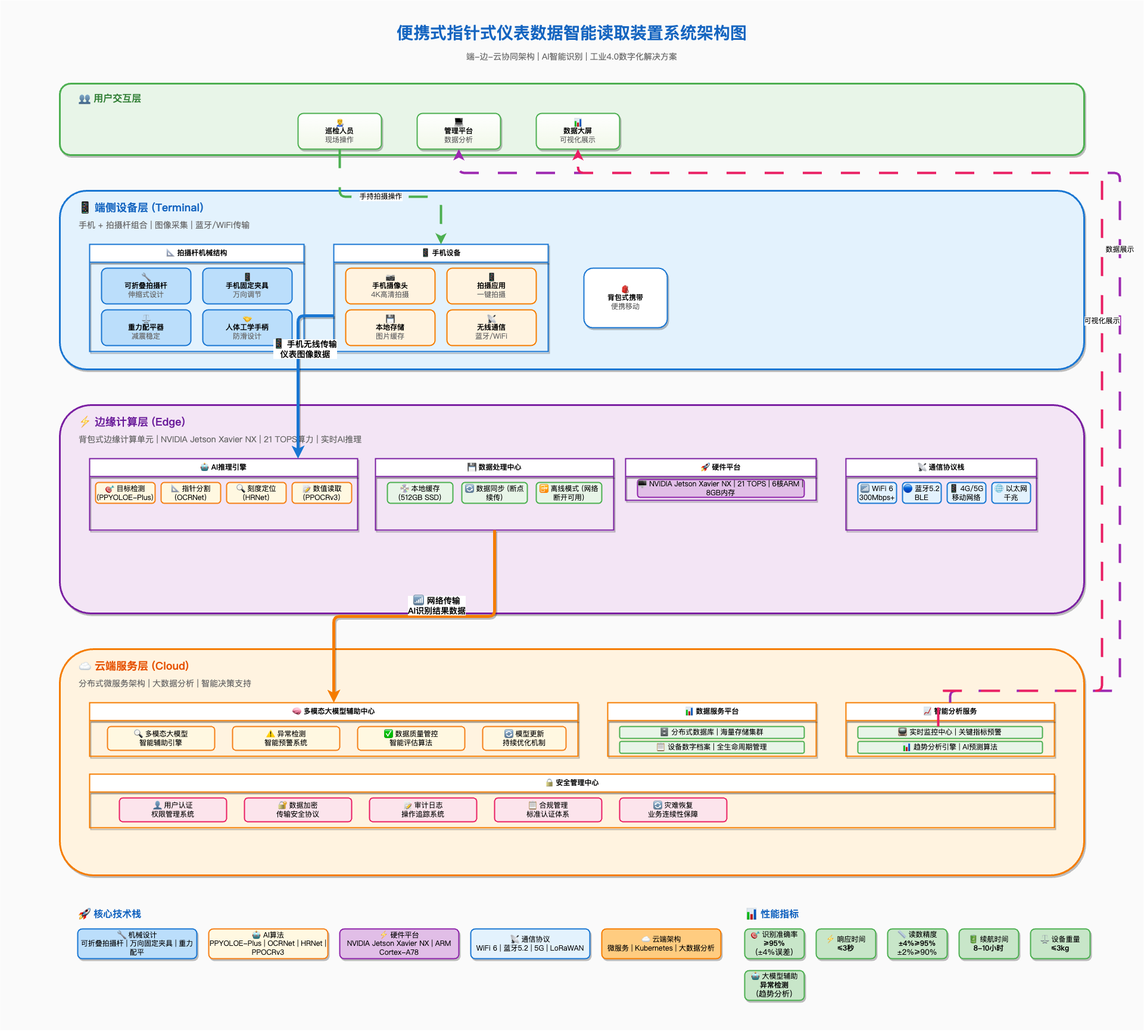
aigc-open/ocr-design keeps this draw.io diagram as draw/architecture_diagram.png. Above is the earlier version. Source tidied: cells renumbered, new cells last; positions are measured from the earlier drawing's top-left corner, leaving out a move shared by most shapes.
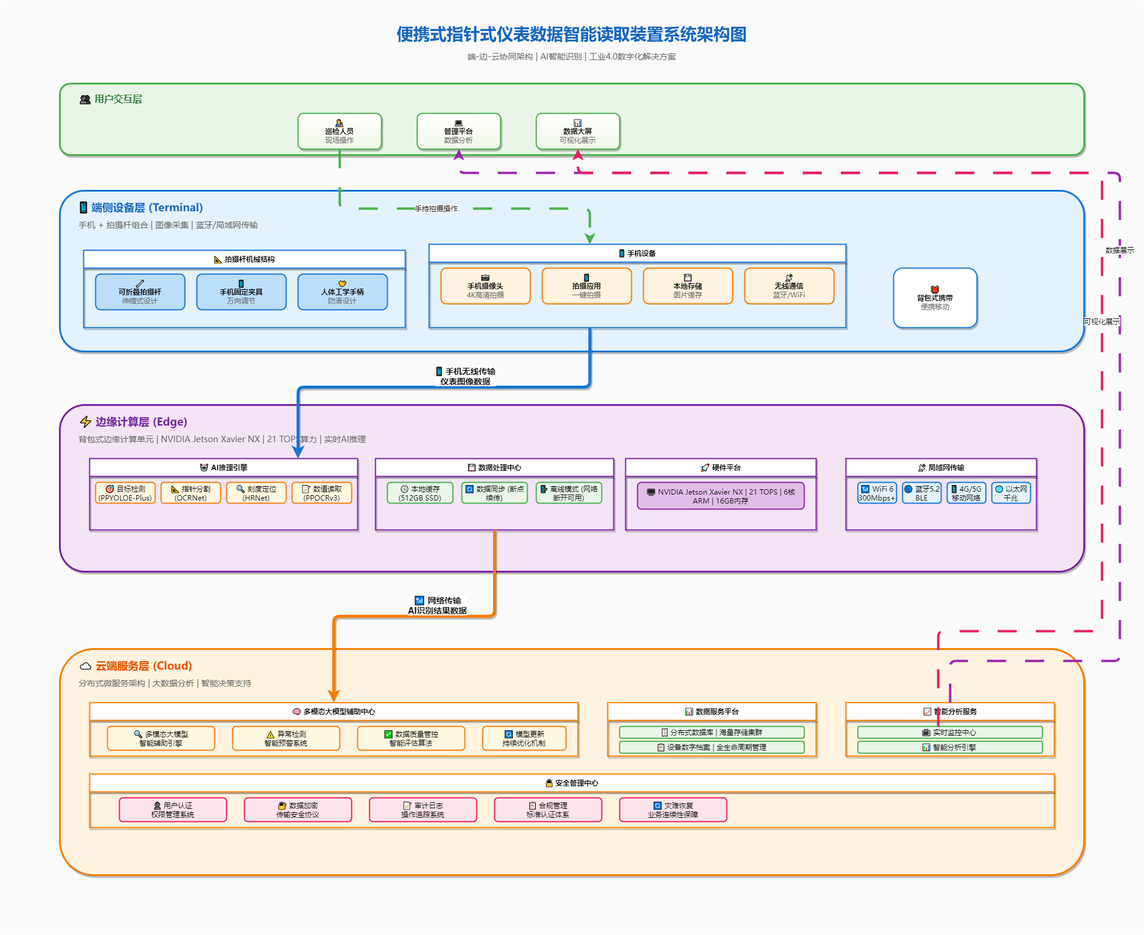
After the commit.

Change to the diagram source:
```diff
@@ -3,7 +3,7 @@
     <mxCell id="0" />
     <mxCell id="1" parent="0" />
     <mxCell id="2" style="rounded=0;whiteSpace=wrap;html=1;fillColor=#f5f5f5;strokeColor=none;opacity=50;" parent="1" vertex="1">
-      <mxGeometry width="1920" height="1730" as="geometry" />
+      <mxGeometry width="1920" height="1570" as="geometry" />
     </mxCell>
     <mxCell id="3" value="便携式指针式仪表数据智能读取装置系统架构图" style="text;html=1;strokeColor=none;fillColor=none;align=center;verticalAlign=middle;whiteSpace=wrap;rounded=0;fontSize=28;fontStyle=1;fontColor=#1565c0;fontFamily=Microsoft YaHei;" parent="1" vertex="1">
       <mxGeometry x="660" y="30" width="600" height="50" as="geometry" />
@@ -27,16 +27,16 @@
       <mxGeometry x="900" y="190" width="140" height="60" as="geometry" />
     </mxCell>
     <mxCell id="10" style="rounded=1;whiteSpace=wrap;html=1;fillColor=#e3f2fd;strokeColor=#1976d2;strokeWidth=3;shadow=1;glass=0;sketch=0;" parent="1" vertex="1">
-      <mxGeometry x="100" y="320" width="1720" height="300" as="geometry" />
+      <mxGeometry x="100" y="320" width="1720" height="270" as="geometry" />
     </mxCell>
     <mxCell id="11" value="📱 端侧设备层 (Terminal)" style="text;html=1;strokeColor=none;fillColor=none;align=left;verticalAlign=middle;whiteSpace=wrap;rounded=0;fontSize=18;fontStyle=1;fontColor=#1565c0;fontFamily=Microsoft YaHei;" parent="1" vertex="1">
       <mxGeometry x="130" y="330" width="280" height="35" as="geometry" />
     </mxCell>
-    <mxCell id="12" value="手机 + 拍摄杆组合 | 图像采集 | 蓝牙/WiFi传输" style="text;html=1;strokeColor=none;fillColor=none;align=left;verticalAlign=middle;whiteSpace=wrap;rounded=0;fontSize=14;fontColor=#666666;fontFamily=Microsoft YaHei;" parent="1" vertex="1">
+    <mxCell id="12" value="手机 + 拍摄杆组合 | 图像采集 | 蓝牙/局域网传输" style="text;html=1;strokeColor=none;fillColor=none;align=left;verticalAlign=middle;whiteSpace=wrap;rounded=0;fontSize=14;fontColor=#666666;fontFamily=Microsoft YaHei;" parent="1" vertex="1">
       <mxGeometry x="130" y="365" width="400" height="25" as="geometry" />
     </mxCell>
     <mxCell id="13" value="📐 拍摄杆机械结构" style="swimlane;whiteSpace=wrap;html=1;fillColor=#ffffff;strokeColor=#1976d2;strokeWidth=2;shadow=1;fontFamily=Microsoft YaHei;startSize=30;" parent="1" vertex="1">
-      <mxGeometry x="150" y="410" width="360" height="180" as="geometry" />
+      <mxGeometry x="140" y="420" width="540" height="130" as="geometry" />
     </mxCell>
     <mxCell id="14" value="🔧&lt;br&gt;&lt;b&gt;可折叠拍摄杆&lt;/b&gt;&lt;br&gt;&lt;font color=&quot;#666666&quot;&gt;伸缩式设计&lt;/font&gt;" style="rounded=1;whiteSpace=wrap;html=1;fillColor=#bbdefb;strokeColor=#1976d2;strokeWidth=2;fontFamily=Microsoft YaHei;" parent="13" vertex="1">
       <mxGeometry x="20" y="40" width="150" height="60" as="geometry" />
@@ -44,14 +44,11 @@
     <mxCell id="15" value="📱&lt;br&gt;&lt;b&gt;手机固定夹具&lt;/b&gt;&lt;br&gt;&lt;font color=&quot;#666666&quot;&gt;万向调节&lt;/font&gt;" style="rounded=1;whiteSpace=wrap;html=1;fillColor=#bbdefb;strokeColor=#1976d2;strokeWidth=2;fontFamily=Microsoft YaHei;" parent="13" vertex="1">
       <mxGeometry x="190" y="40" width="150" height="60" as="geometry" />
     </mxCell>
-    <mxCell id="16" value="⚖️&lt;br&gt;&lt;b&gt;重力配平器&lt;/b&gt;&lt;br&gt;&lt;font color=&quot;#666666&quot;&gt;减震稳定&lt;/font&gt;" style="rounded=1;whiteSpace=wrap;html=1;fillColor=#bbdefb;strokeColor=#1976d2;strokeWidth=2;fontFamily=Microsoft YaHei;" parent="13" vertex="1">
-      <mxGeometry x="20" y="110" width="150" height="60" as="geometry" />
-    </mxCell>
     <mxCell id="17" value="🤝&lt;br&gt;&lt;b&gt;人体工学手柄&lt;/b&gt;&lt;br&gt;&lt;font color=&quot;#666666&quot;&gt;防滑设计&lt;/font&gt;" style="rounded=1;whiteSpace=wrap;html=1;fillColor=#bbdefb;strokeColor=#1976d2;strokeWidth=2;fontFamily=Microsoft YaHei;" parent="13" vertex="1">
-      <mxGeometry x="190" y="110" width="150" height="60" as="geometry" />
+      <mxGeometry x="360" y="40" width="150" height="60" as="geometry" />
     </mxCell>
     <mxCell id="18" value="📱 手机设备" style="swimlane;whiteSpace=wrap;html=1;fillColor=#ffffff;strokeColor=#1976d2;strokeWidth=2;shadow=1;fontFamily=Microsoft YaHei;startSize=30;" parent="1" vertex="1">
-      <mxGeometry x="560" y="410" width="360" height="180" as="geometry" />
+      <mxGeometry x="720" y="410" width="700" height="140" as="geometry" />
     </mxCell>
     <mxCell id="19" value="📷&lt;br&gt;&lt;b&gt;手机摄像头&lt;/b&gt;&lt;br&gt;&lt;font color=&quot;#666666&quot;&gt;4K高清拍摄&lt;/font&gt;" style="rounded=1;whiteSpace=wrap;html=1;fillColor=#fff3e0;strokeColor=#f57c00;strokeWidth=2;fontFamily=Microsoft YaHei;" parent="18" vertex="1">
       <mxGeometry x="20" y="40" width="150" height="60" as="geometry" />
@@ -60,16 +57,16 @@
       <mxGeometry x="190" y="40" width="150" height="60" as="geometry" />
     </mxCell>
     <mxCell id="21" value="💾&lt;br&gt;&lt;b&gt;本地存储&lt;/b&gt;&lt;br&gt;&lt;font color=&quot;#666666&quot;&gt;图片缓存&lt;/font&gt;" style="rounded=1;whiteSpace=wrap;html=1;fillColor=#fff3e0;strokeColor=#f57c00;strokeWidth=2;fontFamily=Microsoft YaHei;" parent="18" vertex="1">
-      <mxGeometry x="20" y="110" width="150" height="60" as="geometry" />
+      <mxGeometry x="360" y="40" width="150" height="60" as="geometry" />
     </mxCell>
     <mxCell id="22" value="📡&lt;br&gt;&lt;b&gt;无线通信&lt;/b&gt;&lt;br&gt;&lt;font color=&quot;#666666&quot;&gt;蓝牙/WiFi&lt;/font&gt;" style="rounded=1;whiteSpace=wrap;html=1;fillColor=#fff3e0;strokeColor=#f57c00;strokeWidth=2;fontFamily=Microsoft YaHei;" parent="18" vertex="1">
-      <mxGeometry x="190" y="110" width="150" height="60" as="geometry" />
+      <mxGeometry x="530" y="40" width="150" height="60" as="geometry" />
     </mxCell>
     <mxCell id="23" value="🎒&lt;br&gt;&lt;b&gt;背包式携带&lt;/b&gt;&lt;br&gt;&lt;font color=&quot;#666666&quot;&gt;便携移动&lt;/font&gt;" style="rounded=1;whiteSpace=wrap;html=1;fillColor=#ffffff;strokeColor=#1976d2;strokeWidth=2;shadow=1;fontFamily=Microsoft YaHei;" parent="1" vertex="1">
-      <mxGeometry x="980" y="450" width="140" height="100" as="geometry" />
+      <mxGeometry x="1500" y="450" width="140" height="100" as="geometry" />
     </mxCell>
     <mxCell id="24" style="rounded=1;whiteSpace=wrap;html=1;fillColor=#f3e5f5;strokeColor=#7b1fa2;strokeWidth=3;shadow=1;glass=0;sketch=0;" parent="1" vertex="1">
-      <mxGeometry x="100" y="680" width="1720" height="350" as="geometry" />
+      <mxGeometry x="100" y="680" width="1720" height="280" as="geometry" />
     </mxCell>
     <mxCell id="25" value="⚡ 边缘计算层 (Edge)" style="text;html=1;strokeColor=none;fillColor=none;align=left;verticalAlign=middle;whiteSpace=wrap;rounded=0;fontSize=18;fontStyle=1;fontColor=#6a1b9a;fontFamily=Microsoft YaHei;" parent="1" vertex="1">
       <mxGeometry x="130" y="690" width="280" height="35" as="geometry" />
@@ -105,12 +102,12 @@
       <mxGeometry x="270" y="40" width="110" height="35" as="geometry" />
     </mxCell>
     <mxCell id="36" value="🚀 硬件平台" style="swimlane;whiteSpace=wrap;html=1;fillColor=#ffffff;strokeColor=#7b1fa2;strokeWidth=2;shadow=1;fontFamily=Microsoft YaHei;startSize=30;" parent="1" vertex="1">
-      <mxGeometry x="1050" y="770" width="320" height="70" as="geometry" />
+      <mxGeometry x="1050" y="770" width="320" height="120" as="geometry" />
     </mxCell>
-    <mxCell id="37" value="🖥️ NVIDIA Jetson Xavier NX | 21 TOPS | 6核ARM | 8GB内存" style="rounded=1;whiteSpace=wrap;html=1;fillColor=#e1bee7;strokeColor=#8e24aa;strokeWidth=2;fontFamily=Microsoft YaHei;" parent="36" vertex="1">
-      <mxGeometry x="20" y="35" width="280" height="30" as="geometry" />
+    <mxCell id="37" value="🖥️ NVIDIA Jetson Xavier NX | 21 TOPS | 6核ARM | 16GB内存" style="rounded=1;whiteSpace=wrap;html=1;fillColor=#e1bee7;strokeColor=#8e24aa;strokeWidth=2;fontFamily=Microsoft YaHei;" parent="36" vertex="1">
+      <mxGeometry x="20" y="40" width="280" height="45" as="geometry" />
     </mxCell>
-    <mxCell id="38" value="📡 通信协议栈" style="swimlane;whiteSpace=wrap;html=1;fillColor=#ffffff;strokeColor=#7b1fa2;strokeWidth=2;shadow=1;fontFamily=Microsoft YaHei;startSize=30;" parent="1" vertex="1">
+    <mxCell id="38" value="📡 局域网传输" style="swimlane;whiteSpace=wrap;html=1;fillColor=#ffffff;strokeColor=#7b1fa2;strokeWidth=2;shadow=1;fontFamily=Microsoft YaHei;startSize=30;" parent="1" vertex="1">
       <mxGeometry x="1420" y="770" width="320" height="120" as="geometry" />
     </mxCell>
     <mxCell id="39" value="📶 WiFi 6&lt;br&gt;300Mbps+" style="rounded=1;whiteSpace=wrap;html=1;fillColor=#e3f2fd;strokeColor=#1976d2;strokeWidth=2;fontFamily=Microsoft YaHei;" parent="38" vertex="1">
@@ -161,10 +158,10 @@
     <mxCell id="54" value="📈 智能分析服务" style="swimlane;whiteSpace=wrap;html=1;fillColor=#ffffff;strokeColor=#f57c00;strokeWidth=2;shadow=1;fontFamily=Microsoft YaHei;startSize=30;" parent="1" vertex="1">
       <mxGeometry x="1420" y="1180" width="350" height="90" as="geometry" />
     </mxCell>
-    <mxCell id="55" value="📺 实时监控中心 | 关键指标预警" style="rounded=1;whiteSpace=wrap;html=1;fillColor=#e8f5e8;strokeColor=#4caf50;strokeWidth=2;fontFamily=Microsoft YaHei;" parent="54" vertex="1">
+    <mxCell id="55" value="📺 实时监控中心&amp;nbsp;" style="rounded=1;whiteSpace=wrap;html=1;fillColor=#e8f5e8;strokeColor=#4caf50;strokeWidth=2;fontFamily=Microsoft YaHei;" parent="54" vertex="1">
       <mxGeometry x="20" y="40" width="310" height="20" as="geometry" />
     </mxCell>
-    <mxCell id="56" value="📊 趋势分析引擎 | AI预测算法" style="rounded=1;whiteSpace=wrap;html=1;fillColor=#e8f5e8;strokeColor=#4caf50;strokeWidth=2;fontFamily=Microsoft YaHei;" parent="54" vertex="1">
+    <mxCell id="56" value="📊 智能分析引擎&amp;nbsp;" style="rounded=1;whiteSpace=wrap;html=1;fillColor=#e8f5e8;strokeColor=#4caf50;strokeWidth=2;fontFamily=Microsoft YaHei;" parent="54" vertex="1">
       <mxGeometry x="20" y="65" width="310" height="20" as="geometry" />
     </mxCell>
     <mxCell id="57" value="🔒 安全管理中心" style="swimlane;whiteSpace=wrap;html=1;fillColor=#ffffff;strokeColor=#f57c00;strokeWidth=2;shadow=1;fontFamily=Microsoft YaHei;startSize=30;" parent="1" vertex="1">
@@ -188,7 +185,8 @@
     <mxCell id="63" style="edgeStyle=orthogonalEdgeStyle;rounded=1;jettySize=auto;html=1;strokeColor=#1976d2;strokeWidth=5;endArrow=classic;shadow=1;" parent="1" edge="1" source="18" target="27">
       <mxGeometry relative="1" as="geometry">
         <Array as="points">
-          <mxPoint x="500" y="530" />
+          <mxPoint x="990" y="650" />
+          <mxPoint x="500" y="650" />
         </Array>
       </mxGeometry>
     </mxCell>
@@ -206,7 +204,12 @@
       </mxGeometry>
     </mxCell>
     <mxCell id="67" style="edgeStyle=orthogonalEdgeStyle;rounded=1;jettySize=auto;html=1;strokeColor=#4caf50;strokeWidth=4;endArrow=classic;dashed=1;dashPattern=8 8;" parent="1" edge="1" source="7" target="18">
-      <mxGeometry relative="1" as="geometry" />
+      <mxGeometry relative="1" as="geometry">
+        <Array as="points">
+          <mxPoint x="570" y="350" />
+          <mxPoint x="990" y="350" />
+        </Array>
+      </mxGeometry>
     </mxCell>
     <mxCell id="68" value="手持拍摄操作" style="edgeLabel;html=1;align=center;verticalAlign=middle;fontSize=12;fontFamily=Microsoft YaHei;fillColor=#e8f5e8;strokeColor=#4caf50;rounded=1;" parent="67" vertex="1">
       <mxGeometry x="-0.1" y="1" relative="1" as="geometry" />
@@ -214,8 +217,8 @@
     <mxCell id="69" style="edgeStyle=orthogonalEdgeStyle;rounded=1;jettySize=auto;html=1;strokeColor=#9c27b0;strokeWidth=4;endArrow=classic;dashed=1;dashPattern=8 8;" parent="1" edge="1" source="54" target="8">
       <mxGeometry relative="1" as="geometry">
         <Array as="points">
-          <mxPoint x="1595" y="1160" />
-          <mxPoint x="1880" y="1160" />
+          <mxPoint x="1595" y="1110" />
+          <mxPoint x="1880" y="1110" />
           <mxPoint x="1880" y="290" />
           <mxPoint x="770" y="290" />
         </Array>
@@ -227,8 +230,8 @@
     <mxCell id="71" style="edgeStyle=orthogonalEdgeStyle;rounded=1;jettySize=auto;html=1;strokeColor=#e91e63;strokeWidth=4;endArrow=classic;dashed=1;dashPattern=8 8;" parent="1" edge="1" source="55" target="9">
       <mxGeometry relative="1" as="geometry">
         <Array as="points">
-          <mxPoint x="1575" y="1160" />
-          <mxPoint x="1850" y="1160" />
+          <mxPoint x="1575" y="1060" />
+          <mxPoint x="1850" y="1060" />
           <mxPoint x="1850" y="290" />
           <mxPoint x="970" y="290" />
         </Array>
@@ -237,44 +240,5 @@
     <mxCell id="72" value="可视化展示" style="edgeLabel;html=1;align=center;verticalAlign=middle;fontSize=12;fontFamily=Microsoft YaHei;fillColor=#fce4ec;strokeColor=#e91e63;rounded=1;" parent="71" vertex="1">
       <mxGeometry x="-0.1" y="1" relative="1" as="geometry" />
     </mxCell>
-    <mxCell id="73" value="🚀 核心技术栈" style="text;html=1;strokeColor=none;fillColor=none;align=left;verticalAlign=middle;whiteSpace=wrap;rounded=0;fontSize=16;fontStyle=1;fontColor=#1565c0;fontFamily=Microsoft YaHei;" parent="1" vertex="1">
-      <mxGeometry x="130" y="1520" width="150" height="30" as="geometry" />
-    </mxCell>
-    <mxCell id="74" value="🔧 机械设计&lt;br&gt;可折叠拍摄杆 | 万向固定夹具 | 重力配平" style="rounded=1;whiteSpace=wrap;html=1;fillColor=#bbdefb;strokeColor=#1976d2;strokeWidth=2;fontFamily=Microsoft YaHei;shadow=1;" parent="1" vertex="1">
-      <mxGeometry x="130" y="1560" width="200" height="50" as="geometry" />
-    </mxCell>
-    <mxCell id="75" value="🤖 AI算法&lt;br&gt;PPYOLOE-Plus | OCRNet | HRNet | PPOCRv3" style="rounded=1;whiteSpace=wrap;html=1;fillColor=#fff8e1;strokeColor=#f57f17;strokeWidth=2;fontFamily=Microsoft YaHei;shadow=1;" parent="1" vertex="1">
-      <mxGeometry x="350" y="1560" width="200" height="50" as="geometry" />
-    </mxCell>
-    <mxCell id="76" value="⚡ 硬件平台&lt;br&gt;NVIDIA Jetson Xavier NX | ARM Cortex-A78" style="rounded=1;whiteSpace=wrap;html=1;fillColor=#e1bee7;strokeColor=#8e24aa;strokeWidth=2;fontFamily=Microsoft YaHei;shadow=1;" parent="1" vertex="1">
-      <mxGeometry x="570" y="1560" width="200" height="50" as="geometry" />
-    </mxCell>
-    <mxCell id="77" value="📡 通信协议&lt;br&gt;WiFi 6 | 蓝牙5.2 | 5G | LoRaWAN" style="rounded=1;whiteSpace=wrap;html=1;fillColor=#e3f2fd;strokeColor=#1976d2;strokeWidth=2;fontFamily=Microsoft YaHei;shadow=1;" parent="1" vertex="1">
-      <mxGeometry x="790" y="1560" width="200" height="50" as="geometry" />
-    </mxCell>
-    <mxCell id="78" value="☁️ 云端架构&lt;br&gt;微服务 | Kubernetes | 大数据分析" style="rounded=1;whiteSpace=wrap;html=1;fillColor=#ffcc80;strokeColor=#f57c00;strokeWidth=2;fontFamily=Microsoft YaHei;shadow=1;" parent="1" vertex="1">
-      <mxGeometry x="1010" y="1560" width="200" height="50" as="geometry" />
-    </mxCell>
-    <mxCell id="79" value="📊 性能指标" style="text;html=1;strokeColor=none;fillColor=none;align=left;verticalAlign=middle;whiteSpace=wrap;rounded=0;fontSize=16;fontStyle=1;fontColor=#1565c0;fontFamily=Microsoft YaHei;" parent="1" vertex="1">
-      <mxGeometry x="1250" y="1520" width="150" height="30" as="geometry" />
-    </mxCell>
-    <mxCell id="80" value="🎯 识别准确率&lt;br&gt;&lt;b&gt;≥95%&lt;/b&gt;&lt;br&gt;&lt;font size=&quot;2&quot;&gt;(±4%误差)&lt;/font&gt;" style="rounded=1;whiteSpace=wrap;html=1;fillColor=#c8e6c9;strokeColor=#4caf50;strokeWidth=2;fontFamily=Microsoft YaHei;shadow=1;" parent="1" vertex="1">
-      <mxGeometry x="1250" y="1560" width="100" height="50" as="geometry" />
-    </mxCell>
-    <mxCell id="81" value="⚡ 响应时间&lt;br&gt;&lt;b&gt;≤3秒&lt;/b&gt;" style="rounded=1;whiteSpace=wrap;html=1;fillColor=#c8e6c9;strokeColor=#4caf50;strokeWidth=2;fontFamily=Microsoft YaHei;shadow=1;" parent="1" vertex="1">
-      <mxGeometry x="1370" y="1560" width="100" height="50" as="geometry" />
-    </mxCell>
-    <mxCell id="82" value="📏 读数精度&lt;br&gt;&lt;b&gt;±4%≥95%&lt;/b&gt;&lt;br&gt;&lt;font size=&quot;2&quot;&gt;±2%≥90%&lt;/font&gt;" style="rounded=1;whiteSpace=wrap;html=1;fillColor=#c8e6c9;strokeColor=#4caf50;strokeWidth=2;fontFamily=Microsoft YaHei;shadow=1;" parent="1" vertex="1">
-      <mxGeometry x="1490" y="1560" width="100" height="50" as="geometry" />
-    </mxCell>
-    <mxCell id="83" value="🔋 续航时间&lt;br&gt;&lt;b&gt;8-10小时&lt;/b&gt;" style="rounded=1;whiteSpace=wrap;html=1;fillColor=#c8e6c9;strokeColor=#4caf50;strokeWidth=2;fontFamily=Microsoft YaHei;shadow=1;" parent="1" vertex="1">
-      <mxGeometry x="1610" y="1560" width="100" height="50" as="geometry" />
-    </mxCell>
-    <mxCell id="84" value="⚖️ 设备重量&lt;br&gt;&lt;b&gt;≤3kg&lt;/b&gt;" style="rounded=1;whiteSpace=wrap;html=1;fillColor=#c8e6c9;strokeColor=#4caf50;strokeWidth=2;fontFamily=Microsoft YaHei;shadow=1;" parent="1" vertex="1">
-      <mxGeometry x="1730" y="1560" width="100" height="50" as="geometry" />
-    </mxCell>
-    <mxCell id="85" value="🤖 大模型辅助&lt;br style=&quot;border-color: var(--border-color);&quot;&gt;&lt;b style=&quot;border-color: var(--border-color);&quot;&gt;异常检测&lt;/b&gt;&lt;br style=&quot;border-color: var(--border-color);&quot;&gt;&lt;font style=&quot;border-color: var(--border-color);&quot; size=&quot;2&quot;&gt;(趋势分析)&lt;/font&gt;" style="rounded=1;whiteSpace=wrap;html=1;fillColor=#c8e6c9;strokeColor=#4caf50;strokeWidth=2;fontFamily=Microsoft YaHei;shadow=1;" parent="1" vertex="1">
-      <mxGeometry x="1250" y="1630" width="100" height="50" as="geometry" />
-    </mxCell>
   </root>
 </mxGraphModel>
```
